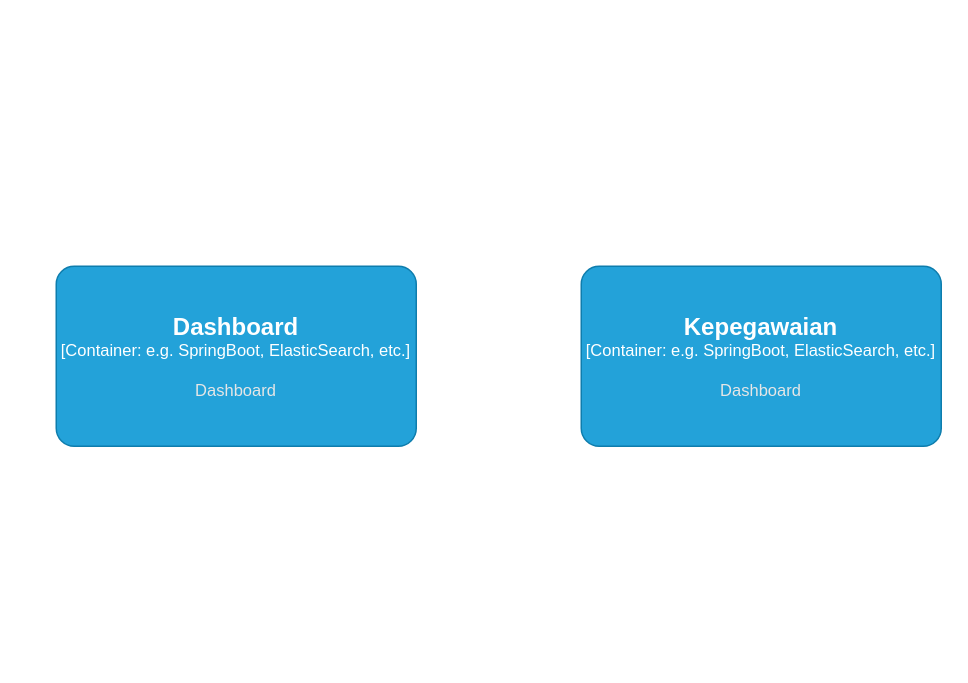
Before: dbsample/tgs-sisappra.drawio in devAlvinSyahbana/clone-api-sisappra-fastify, a draw.io diagram. Source tidied: cells renumbered, new cells numbered last; positions are measured from the earlier drawing's top-left corner, leaving out a move shared by most shapes. Both pictures are drawn from the tidied source at 150%, with x=0, y=0 at pixel (56, 266).
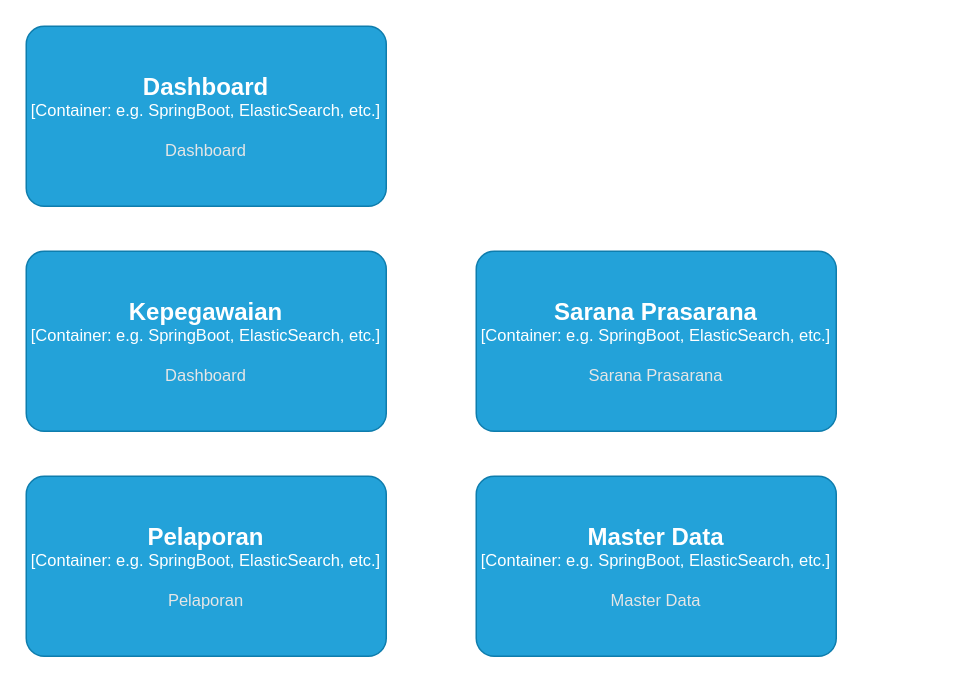
After the change.

Change to the diagram source:
```diff
@@
 <mxGraphModel>
   <root>
     <mxCell id="0" />
     <mxCell id="1" parent="0" />
     <object id="2" label="&lt;font style=&quot;font-size: 16px&quot;&gt;&lt;b&gt;%c4Name%&lt;/b&gt;&lt;/font&gt;&lt;div&gt;[%c4Type%: %c4Technology%]&lt;/div&gt;&lt;br&gt;&lt;div&gt;&lt;font style=&quot;font-size: 11px&quot;&gt;&lt;font color=&quot;#E6E6E6&quot;&gt;%c4Description%&lt;/font&gt;&lt;/div&gt;" c4Description="Dashboard" c4Name="Dashboard" c4Technology="e.g. SpringBoot, ElasticSearch, etc." c4Type="Container" placeholders="1">
       <mxCell style="rounded=1;whiteSpace=wrap;html=1;fontSize=11;labelBackgroundColor=none;fillColor=#23A2D9;fontColor=#ffffff;align=center;arcSize=10;strokeColor=#0E7DAD;" parent="1" vertex="1">
-        <mxGeometry width="240" height="120" as="geometry" />
+        <mxGeometry x="-20" y="-160" width="240" height="120" as="geometry" />
       </mxCell>
     </object>
     <object id="3" label="&lt;font style=&quot;font-size: 16px&quot;&gt;&lt;b&gt;%c4Name%&lt;/b&gt;&lt;/font&gt;&lt;div&gt;[%c4Type%: %c4Technology%]&lt;/div&gt;&lt;br&gt;&lt;div&gt;&lt;font style=&quot;font-size: 11px&quot;&gt;&lt;font color=&quot;#E6E6E6&quot;&gt;%c4Description%&lt;/font&gt;&lt;/div&gt;" c4Description="Dashboard" c4Name="Kepegawaian" c4Technology="e.g. SpringBoot, ElasticSearch, etc." c4Type="Container" placeholders="1">
       <mxCell style="rounded=1;whiteSpace=wrap;html=1;fontSize=11;labelBackgroundColor=none;fillColor=#23A2D9;fontColor=#ffffff;align=center;arcSize=10;strokeColor=#0E7DAD;" parent="1" vertex="1">
-        <mxGeometry x="350" width="240" height="120" as="geometry" />
+        <mxGeometry x="-20" y="-10" width="240" height="120" as="geometry" />
       </mxCell>
     </object>
+    <object id="4" label="&lt;font style=&quot;font-size: 16px&quot;&gt;&lt;b&gt;%c4Name%&lt;/b&gt;&lt;/font&gt;&lt;div&gt;[%c4Type%: %c4Technology%]&lt;/div&gt;&lt;br&gt;&lt;div&gt;&lt;font style=&quot;font-size: 11px&quot;&gt;&lt;font color=&quot;#E6E6E6&quot;&gt;%c4Description%&lt;/font&gt;&lt;/div&gt;" c4Description="Pelaporan" c4Name="Pelaporan" c4Technology="e.g. SpringBoot, ElasticSearch, etc." c4Type="Container" placeholders="1">
+      <mxCell style="rounded=1;whiteSpace=wrap;html=1;fontSize=11;labelBackgroundColor=none;fillColor=#23A2D9;fontColor=#ffffff;align=center;arcSize=10;strokeColor=#0E7DAD;" parent="1" vertex="1">
+        <mxGeometry x="-20" y="140" width="240" height="120" as="geometry" />
+      </mxCell>
+    </object>
+    <object id="5" label="&lt;font style=&quot;font-size: 16px&quot;&gt;&lt;b&gt;%c4Name%&lt;/b&gt;&lt;/font&gt;&lt;div&gt;[%c4Type%: %c4Technology%]&lt;/div&gt;&lt;br&gt;&lt;div&gt;&lt;font style=&quot;font-size: 11px&quot;&gt;&lt;font color=&quot;#E6E6E6&quot;&gt;%c4Description%&lt;/font&gt;&lt;/div&gt;" c4Description="Master Data" c4Name="Master Data" c4Technology="e.g. SpringBoot, ElasticSearch, etc." c4Type="Container" placeholders="1">
+      <mxCell style="rounded=1;whiteSpace=wrap;html=1;fontSize=11;labelBackgroundColor=none;fillColor=#23A2D9;fontColor=#ffffff;align=center;arcSize=10;strokeColor=#0E7DAD;" parent="1" vertex="1">
+        <mxGeometry x="280" y="140" width="240" height="120" as="geometry" />
+      </mxCell>
+    </object>
+    <object id="6" label="&lt;font style=&quot;font-size: 16px&quot;&gt;&lt;b&gt;%c4Name%&lt;/b&gt;&lt;/font&gt;&lt;div&gt;[%c4Type%: %c4Technology%]&lt;/div&gt;&lt;br&gt;&lt;div&gt;&lt;font style=&quot;font-size: 11px&quot;&gt;&lt;font color=&quot;#E6E6E6&quot;&gt;%c4Description%&lt;/font&gt;&lt;/div&gt;" c4Description="Sarana Prasarana" c4Name="Sarana Prasarana" c4Technology="e.g. SpringBoot, ElasticSearch, etc." c4Type="Container" placeholders="1">
+      <mxCell style="rounded=1;whiteSpace=wrap;html=1;fontSize=11;labelBackgroundColor=none;fillColor=#23A2D9;fontColor=#ffffff;align=center;arcSize=10;strokeColor=#0E7DAD;" parent="1" vertex="1">
+        <mxGeometry x="280" y="-10" width="240" height="120" as="geometry" />
+      </mxCell>
+    </object>
   </root>
 </mxGraphModel>
```
